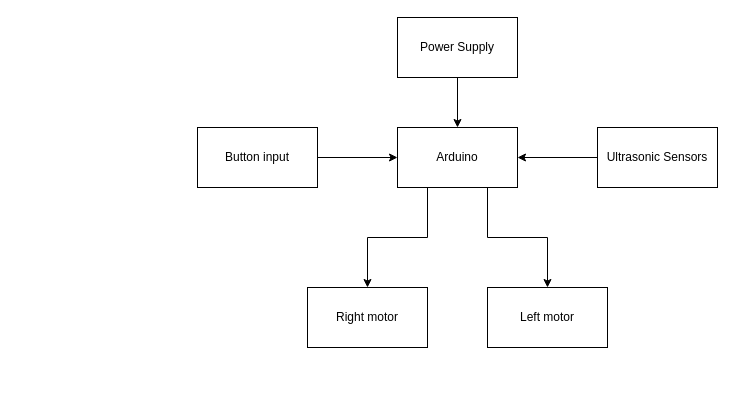
The draw.io diagram Diagrams/Mapping-Robot-Hardware-Diagram.drawio in gib-student/mapping-robot, before the edit. Source tidied: cells renumbered, new cells numbered last; positions are measured from the earlier drawing's top-left corner, leaving out a move shared by most shapes. Both pictures are drawn from the tidied source at 100%, with x=0, y=0 at pixel (197, 17).
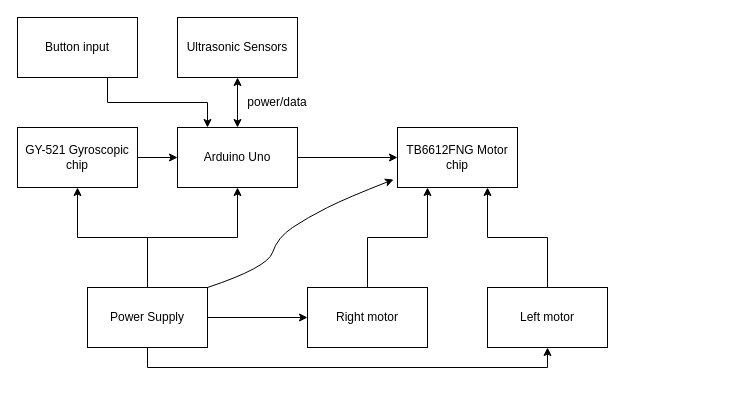
Above is the later version.

The change refers to these unchanged cells:
```xml
<mxCell id="11" value="Right motor" style="rounded=0;whiteSpace=wrap;html=1;" parent="1" vertex="1">
  <mxGeometry x="110" y="270" width="120" height="60" as="geometry" />
</mxCell>
<mxCell id="12" value="Left motor" style="rounded=0;whiteSpace=wrap;html=1;" parent="1" vertex="1">
  <mxGeometry x="290" y="270" width="120" height="60" as="geometry" />
</mxCell>
```

Change to the diagram source:
```diff
@@
-    <mxCell id="2" style="edgeStyle=orthogonalEdgeStyle;rounded=0;jettySize=auto;html=1;exitX=0.25;exitY=1;exitDx=0;exitDy=0;entryX=0.5;entryY=0;entryDx=0;entryDy=0;" parent="1" edge="1" source="4" target="11">
-      <mxGeometry relative="1" as="geometry" />
-    </mxCell>
-    <mxCell id="3" style="edgeStyle=orthogonalEdgeStyle;rounded=0;jettySize=auto;html=1;exitX=0.75;exitY=1;exitDx=0;exitDy=0;entryX=0.5;entryY=0;entryDx=0;entryDy=0;" parent="1" edge="1" source="4" target="12">
-      <mxGeometry relative="1" as="geometry" />
-    </mxCell>
+    <mxCell id="13" style="edgeStyle=orthogonalEdgeStyle;rounded=0;jettySize=auto;html=1;entryX=0;entryY=0.5;entryDx=0;entryDy=0;" parent="1" edge="1" source="4" target="19">
+      <mxGeometry relative="1" as="geometry" />
+    </mxCell>
-    <mxCell id="4" value="Arduino" style="rounded=0;whiteSpace=wrap;html=1;" parent="1" vertex="1">
-      <mxGeometry x="200" y="110" width="120" height="60" as="geometry" />
+    <mxCell id="4" value="Arduino Uno" style="rounded=0;whiteSpace=wrap;html=1;" parent="1" vertex="1">
+      <mxGeometry x="-20" y="110" width="120" height="60" as="geometry" />
     </mxCell>
-    <mxCell id="5" style="edgeStyle=orthogonalEdgeStyle;rounded=0;jettySize=auto;html=1;exitX=0;exitY=0.5;exitDx=0;exitDy=0;entryX=1;entryY=0.5;entryDx=0;entryDy=0;" parent="1" edge="1" source="6" target="4">
-      <mxGeometry relative="1" as="geometry" />
-    </mxCell>
     <mxCell id="6" value="Ultrasonic Sensors" style="rounded=0;whiteSpace=wrap;html=1;" parent="1" vertex="1">
-      <mxGeometry x="400" y="110" width="120" height="60" as="geometry" />
+      <mxGeometry x="-20" width="120" height="60" as="geometry" />
     </mxCell>
+    <mxCell id="14" style="edgeStyle=orthogonalEdgeStyle;rounded=0;jettySize=auto;html=1;entryX=0.5;entryY=1;entryDx=0;entryDy=0;" parent="1" edge="1" source="8" target="21">
+      <mxGeometry relative="1" as="geometry" />
+    </mxCell>
-    <mxCell id="7" style="edgeStyle=orthogonalEdgeStyle;rounded=0;jettySize=auto;html=1;exitX=0.5;exitY=1;exitDx=0;exitDy=0;entryX=0.5;entryY=0;entryDx=0;entryDy=0;" parent="1" edge="1" source="8" target="4">
+    <mxCell id="7" style="edgeStyle=orthogonalEdgeStyle;rounded=0;jettySize=auto;html=1;entryX=0.5;entryY=1;entryDx=0;entryDy=0;" parent="1" edge="1" source="8" target="4">
       <mxGeometry relative="1" as="geometry" />
     </mxCell>
+    <mxCell id="15" style="edgeStyle=orthogonalEdgeStyle;rounded=0;jettySize=auto;html=1;" parent="1" edge="1" source="8" target="11">
+      <mxGeometry relative="1" as="geometry" />
+    </mxCell>
+    <mxCell id="16" style="edgeStyle=orthogonalEdgeStyle;rounded=0;jettySize=auto;html=1;exitX=0.5;exitY=1;exitDx=0;exitDy=0;entryX=0.5;entryY=1;entryDx=0;entryDy=0;" parent="1" edge="1" source="8" target="12">
+      <mxGeometry relative="1" as="geometry" />
+    </mxCell>
     <mxCell id="8" value="Power Supply" style="rounded=0;whiteSpace=wrap;html=1;" parent="1" vertex="1">
-      <mxGeometry x="200" width="120" height="60" as="geometry" />
+      <mxGeometry x="-110" y="270" width="120" height="60" as="geometry" />
     </mxCell>
-    <mxCell id="9" style="edgeStyle=orthogonalEdgeStyle;rounded=0;jettySize=auto;html=1;exitX=1;exitY=0.5;exitDx=0;exitDy=0;" parent="1" edge="1" source="10" target="4">
+    <mxCell id="9" style="edgeStyle=orthogonalEdgeStyle;rounded=0;jettySize=auto;html=1;exitX=0.75;exitY=1;exitDx=0;exitDy=0;entryX=0.25;entryY=0;entryDx=0;entryDy=0;" parent="1" edge="1" source="10" target="4">
       <mxGeometry relative="1" as="geometry" />
     </mxCell>
     <mxCell id="10" value="Button input" style="rounded=0;whiteSpace=wrap;html=1;" parent="1" vertex="1">
-      <mxGeometry y="110" width="120" height="60" as="geometry" />
+      <mxGeometry x="-180" width="120" height="60" as="geometry" />
     </mxCell>
+    <mxCell id="17" style="edgeStyle=orthogonalEdgeStyle;rounded=0;jettySize=auto;html=1;entryX=0.25;entryY=1;entryDx=0;entryDy=0;" parent="1" edge="1" source="11" target="19">
+      <mxGeometry relative="1" as="geometry" />
+    </mxCell>
@@
+    <mxCell id="18" style="edgeStyle=orthogonalEdgeStyle;rounded=0;jettySize=auto;html=1;entryX=0.75;entryY=1;entryDx=0;entryDy=0;" parent="1" edge="1" source="12" target="19">
+      <mxGeometry relative="1" as="geometry" />
+    </mxCell>
@@
+    <mxCell id="19" value="TB6612FNG Motor chip" style="rounded=0;whiteSpace=wrap;html=1;" parent="1" vertex="1">
+      <mxGeometry x="200" y="110" width="120" height="60" as="geometry" />
+    </mxCell>
+    <mxCell id="20" style="edgeStyle=orthogonalEdgeStyle;rounded=0;jettySize=auto;html=1;" parent="1" edge="1" source="21" target="4">
+      <mxGeometry relative="1" as="geometry" />
+    </mxCell>
+    <mxCell id="21" value="GY-521 Gyroscopic chip" style="rounded=0;whiteSpace=wrap;html=1;" parent="1" vertex="1">
+      <mxGeometry x="-180" y="110" width="120" height="60" as="geometry" />
+    </mxCell>
+    <mxCell id="22" style="curved=1;endArrow=classic;html=1;rounded=0;exitX=1;exitY=0;exitDx=0;exitDy=0;entryX=-0.033;entryY=0.867;entryDx=0;entryDy=0;entryPerimeter=0;" parent="1" edge="1" source="8" target="19">
+      <mxGeometry relative="1" as="geometry">
+        <Array as="points">
+          <mxPoint x="70" y="250" />
+          <mxPoint x="80" y="220" />
+          <mxPoint x="110" y="200" />
+          <mxPoint x="150" y="180" />
+        </Array>
+      </mxGeometry>
+    </mxCell>
+    <mxCell id="23" style="endArrow=classic;startArrow=classic;html=1;rounded=0;entryX=0.5;entryY=1;entryDx=0;entryDy=0;exitX=0.5;exitY=0;exitDx=0;exitDy=0;" parent="1" edge="1" source="4" target="6">
+      <mxGeometry relative="1" as="geometry" />
+    </mxCell>
+    <mxCell id="24" value="power/data" style="text;html=1;align=center;verticalAlign=middle;whiteSpace=wrap;rounded=0;" parent="1" vertex="1">
+      <mxGeometry x="50" y="70" width="60" height="30" as="geometry" />
+    </mxCell>
```
